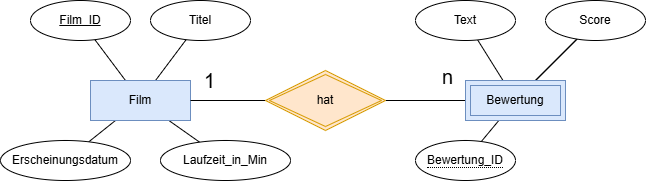
Earlier version of the draw.io export slides/content/slides/Informatik/Database/assets/er-weak-entity-example.drawio.png (HTL-Wolfsberg-Betriebsinformatik/skript). Source tidied: cells renumbered, new cells last; positions are measured from the earlier drawing's top-left corner, leaving out a move shared by most shapes.
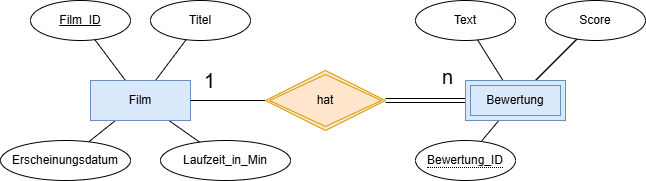
Above is the later version.

Commit message:
fix: weak entity line

The edit, as a diff of the source:
```diff
@@ -2,7 +2,7 @@
   <root>
     <mxCell id="0" />
     <mxCell id="1" parent="0" />
-    <mxCell id="2" style="edgeStyle=none;html=1;endArrow=none;endFill=0;" parent="1" edge="1" target="23">
+    <mxCell id="2" style="edgeStyle=none;html=1;endArrow=none;endFill=0;shape=link;" parent="1" edge="1" target="23">
       <mxGeometry relative="1" as="geometry">
         <mxPoint x="465" y="100" as="sourcePoint" />
       </mxGeometry>
```
